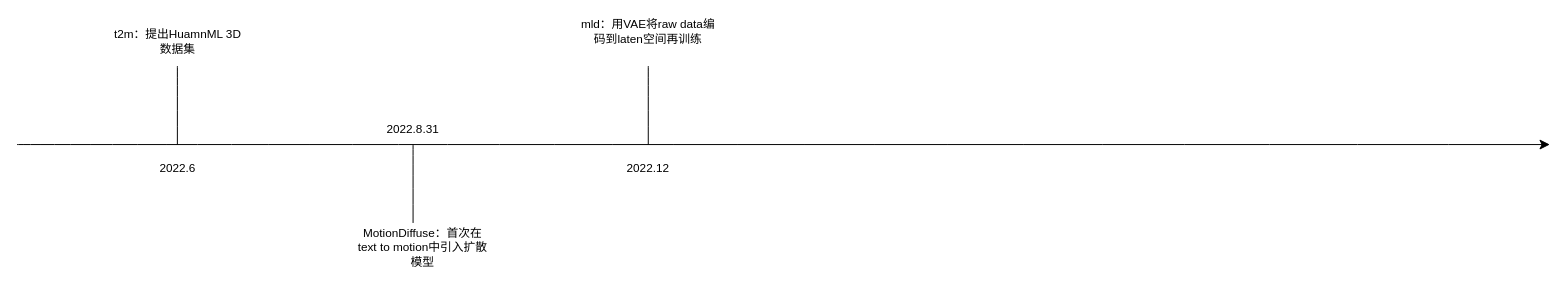
Before: 时间流程图t2m.drawio in 177-Liukuan/algorithm, a draw.io diagram. Source tidied: cells renumbered, new cells numbered last; positions are measured from the earlier drawing's top-left corner, leaving out a move shared by most shapes. Both pictures are drawn from the tidied source at 98%, with x=0, y=0 at pixel (17, 17).
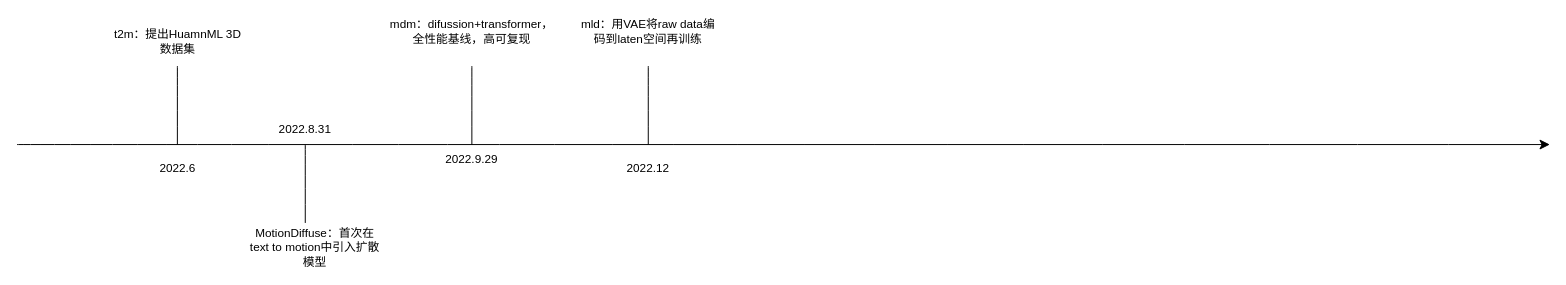
Above is the later version.

Commit message (it also covers changes not shown here):
更新时间流程图t2m.drawio

What changed in the source:
```diff
@@
 <mxGraphModel>
   <root>
     <mxCell id="0" />
     <mxCell id="1" parent="0" />
     <mxCell id="2" style="endArrow=classic;html=1;rounded=0;fontSize=12;startSize=8;endSize=8;curved=1;" parent="1" edge="1">
       <mxGeometry relative="1" as="geometry">
         <mxPoint y="130" as="sourcePoint" />
         <mxPoint x="1564" y="130" as="targetPoint" />
       </mxGeometry>
     </mxCell>
     <mxCell id="3" style="endArrow=none;html=1;rounded=0;fontSize=12;startSize=8;endSize=8;curved=1;" parent="1" edge="1">
       <mxGeometry relative="1" as="geometry">
         <mxPoint x="644" y="50" as="sourcePoint" />
         <mxPoint x="644" y="130" as="targetPoint" />
       </mxGeometry>
     </mxCell>
     <mxCell id="4" value="2022.12" style="text;html=1;whiteSpace=wrap;strokeColor=none;fillColor=none;align=center;verticalAlign=middle;rounded=0;" parent="1" vertex="1">
       <mxGeometry x="614" y="140" width="60" height="30" as="geometry" />
     </mxCell>
     <mxCell id="5" value="mld：用VAE将raw data编码到laten空间再训练" style="text;html=1;whiteSpace=wrap;strokeColor=none;fillColor=none;align=center;verticalAlign=middle;rounded=0;" parent="1" vertex="1">
       <mxGeometry x="574" width="140" height="30" as="geometry" />
     </mxCell>
     <mxCell id="6" value="2022.6" style="text;html=1;whiteSpace=wrap;strokeColor=none;fillColor=none;align=center;verticalAlign=middle;rounded=0;" parent="1" vertex="1">
       <mxGeometry x="134" y="140" width="60" height="30" as="geometry" />
     </mxCell>
     <mxCell id="7" style="endArrow=none;html=1;rounded=0;fontSize=12;startSize=8;endSize=8;curved=1;" parent="1" edge="1">
       <mxGeometry relative="1" as="geometry">
         <mxPoint x="163.5" y="50" as="sourcePoint" />
         <mxPoint x="163.5" y="130" as="targetPoint" />
       </mxGeometry>
     </mxCell>
     <mxCell id="8" value="t2m：提出HuamnML 3D数据集" style="text;html=1;whiteSpace=wrap;strokeColor=none;fillColor=none;align=center;verticalAlign=middle;rounded=0;" parent="1" vertex="1">
       <mxGeometry x="94" y="10" width="140" height="30" as="geometry" />
     </mxCell>
     <mxCell id="9" value="&lt;span class=&quot;mm-editor-clipboard&quot;&gt;MotionDiffuse：首次在text to motion中引入扩散模型&lt;/span&gt;" style="text;html=1;whiteSpace=wrap;strokeColor=none;fillColor=none;align=center;verticalAlign=middle;rounded=0;" parent="1" vertex="1">
-      <mxGeometry x="344" y="220" width="140" height="30" as="geometry" />
+      <mxGeometry x="234" y="220" width="140" height="30" as="geometry" />
     </mxCell>
     <mxCell id="10" style="endArrow=none;html=1;rounded=0;fontSize=12;startSize=8;endSize=8;curved=1;" parent="1" edge="1">
       <mxGeometry relative="1" as="geometry">
-        <mxPoint x="404" y="130" as="sourcePoint" />
-        <mxPoint x="404" y="210" as="targetPoint" />
+        <mxPoint x="294" y="130" as="sourcePoint" />
+        <mxPoint x="294" y="210" as="targetPoint" />
       </mxGeometry>
     </mxCell>
     <mxCell id="11" value="2022.8.31" style="text;html=1;whiteSpace=wrap;strokeColor=none;fillColor=none;align=center;verticalAlign=middle;rounded=0;" parent="1" vertex="1">
-      <mxGeometry x="374" y="100" width="60" height="30" as="geometry" />
+      <mxGeometry x="264" y="100" width="60" height="30" as="geometry" />
     </mxCell>
+    <mxCell id="12" value="2022.9.29" style="text;html=1;whiteSpace=wrap;strokeColor=none;fillColor=none;align=center;verticalAlign=middle;rounded=0;" parent="1" vertex="1">
+      <mxGeometry x="434" y="130" width="60" height="30" as="geometry" />
+    </mxCell>
+    <mxCell id="13" style="endArrow=none;html=1;rounded=0;fontSize=12;startSize=8;endSize=8;curved=1;" parent="1" edge="1">
+      <mxGeometry relative="1" as="geometry">
+        <mxPoint x="464" y="50" as="sourcePoint" />
+        <mxPoint x="464" y="130" as="targetPoint" />
+      </mxGeometry>
+    </mxCell>
+    <mxCell id="14" value="mdm：difussion+transformer，全性能基线，高可复现" style="text;html=1;whiteSpace=wrap;strokeColor=none;fillColor=none;align=center;verticalAlign=middle;rounded=0;" parent="1" vertex="1">
+      <mxGeometry x="379" width="170" height="30" as="geometry" />
+    </mxCell>
   </root>
 </mxGraphModel>
```
